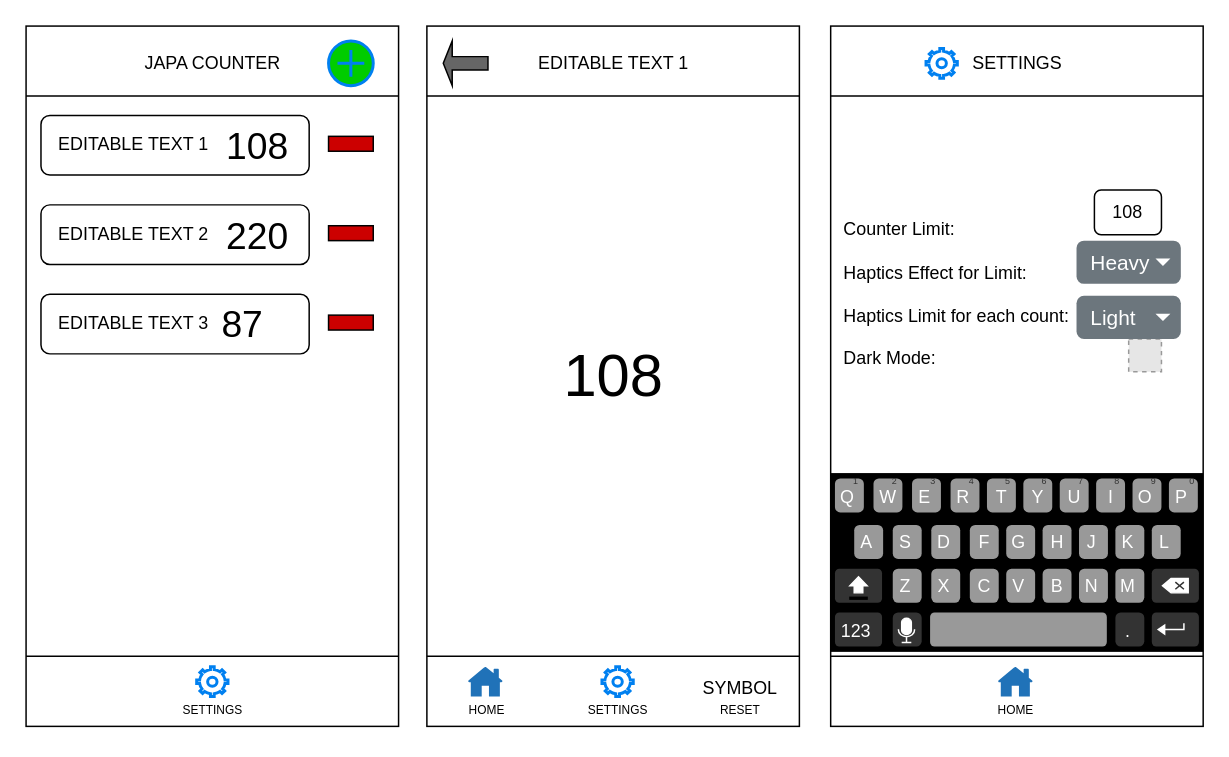
ppdsocio/SystemDesign keeps this draw.io diagram as JapaCounterUI.drawio. Above is the earlier version. Source tidied: cells renumbered, new cells numbered last; positions are measured from the earlier drawing's top-left corner, leaving out a move shared by most shapes. Both pictures are drawn from the tidied source at 149%, with x=0, y=0 at pixel (-139, 40). Pictures stored in the file or linked from it are replaced by grey dashed boxes.
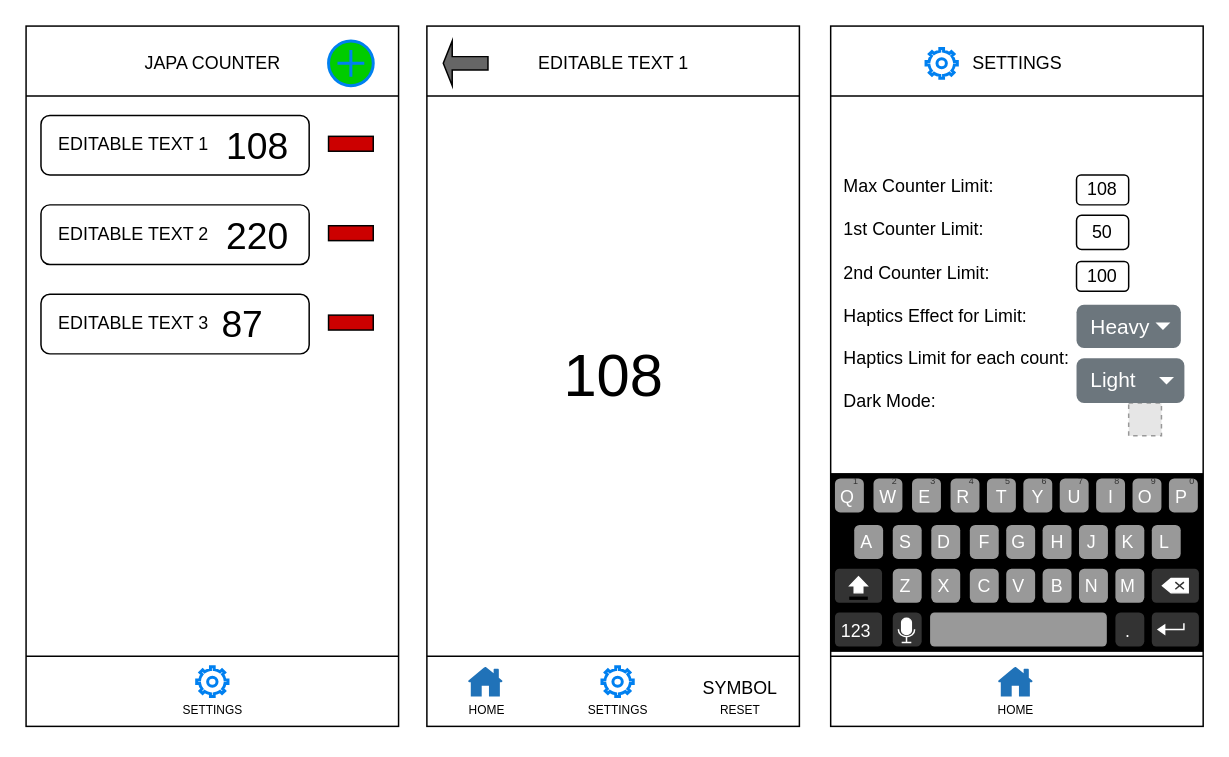
The same page after the edit.

Diff of the diagram source:
```diff
@@
-    <mxCell id="31" value="Counter Limit:&lt;div&gt;&lt;br&gt;&lt;div&gt;Haptics Effect for Limit:&amp;nbsp;&lt;/div&gt;&lt;div&gt;&lt;br&gt;&lt;/div&gt;&lt;div&gt;Haptics Limit for each count:&amp;nbsp;&lt;/div&gt;&lt;div&gt;&lt;br&gt;&lt;/div&gt;&lt;div&gt;Dark Mode:&amp;nbsp;&lt;/div&gt;&lt;/div&gt;" style="text;html=1;align=left;verticalAlign=middle;whiteSpace=wrap;rounded=0;" parent="1" vertex="1">
+    <mxCell id="31" value="Max Counter Limit:&lt;br&gt;&lt;br&gt;1st Counter Limit:&lt;br&gt;&lt;br&gt;2nd Counter Limit:&lt;br&gt;&lt;div&gt;&lt;br&gt;&lt;div&gt;Haptics Effect for Limit:&amp;nbsp;&lt;/div&gt;&lt;div&gt;&lt;br&gt;&lt;/div&gt;&lt;div&gt;Haptics Limit for each count:&amp;nbsp;&lt;/div&gt;&lt;div&gt;&lt;br&gt;&lt;/div&gt;&lt;div&gt;Dark Mode:&amp;nbsp;&lt;/div&gt;&lt;/div&gt;" style="text;html=1;align=left;verticalAlign=middle;whiteSpace=wrap;rounded=0;" parent="1" vertex="1">
       <mxGeometry x="657" y="60" width="215" height="220" as="geometry" />
     </mxCell>
     <mxCell id="32" style="fillColor=#E6E6E6;strokeColor=#999999;dashed=1;html=1;verticalAlign=top;verticalLabelPosition=bottom;labelBackgroundColor=#ffffff;" parent="1" vertex="1">
-      <mxGeometry x="850" y="200" width="22" height="22" as="geometry" />
+      <mxGeometry x="850" y="243" width="22" height="22" as="geometry" />
     </mxCell>
     <mxCell id="33" value="&amp;nbsp; Light" style="html=1;shadow=0;dashed=0;shape=mxgraph.bootstrap.rrect;rSize=5;strokeColor=none;strokeWidth=1;fillColor=#6C767D;fontColor=#ffffff;whiteSpace=wrap;align=left;verticalAlign=middle;fontStyle=0;fontSize=14;spacingRight=20;" parent="1" vertex="1">
-      <mxGeometry x="815" y="171" width="70" height="29" as="geometry" />
+      <mxGeometry x="815" y="213" width="72.4" height="30" as="geometry" />
     </mxCell>
@@
     <mxCell id="35" value="&amp;nbsp; Heavy" style="html=1;shadow=0;dashed=0;shape=mxgraph.bootstrap.rrect;rSize=5;strokeColor=none;strokeWidth=1;fillColor=#6C767D;fontColor=#ffffff;whiteSpace=wrap;align=left;verticalAlign=middle;fontStyle=0;fontSize=14;spacingRight=20;" parent="1" vertex="1">
-      <mxGeometry x="815" y="134" width="70" height="29" as="geometry" />
+      <mxGeometry x="815" y="177" width="70" height="29" as="geometry" />
     </mxCell>
@@
-    <mxCell id="37" value="108" style="rounded=1;whiteSpace=wrap;html=1;" parent="1" vertex="1">
-      <mxGeometry x="827" y="100" width="45" height="30" as="geometry" />
+    <mxCell id="37" value="50" style="rounded=1;whiteSpace=wrap;html=1;" parent="1" vertex="1">
+      <mxGeometry x="815" y="117" width="35" height="23" as="geometry" />
     </mxCell>
@@
+    <mxCell id="39" value="100" style="rounded=1;whiteSpace=wrap;html=1;" parent="1" vertex="1">
+      <mxGeometry x="815" y="148" width="35" height="20" as="geometry" />
+    </mxCell>
+    <mxCell id="40" value="108" style="rounded=1;whiteSpace=wrap;html=1;" parent="1" vertex="1">
+      <mxGeometry x="815" y="90" width="35" height="20" as="geometry" />
+    </mxCell>
```
